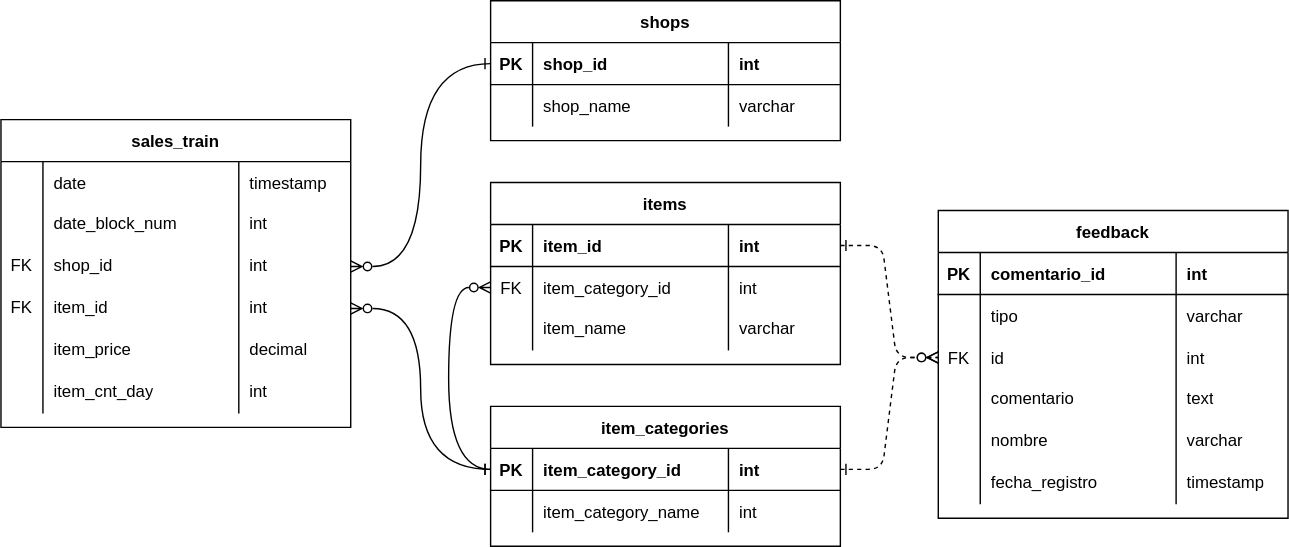
This is imgs/ERD.svg from feli-p/sales-predictions-1c, a draw.io export, as it was before one commit. Source tidied: cells renumbered, new cells last; positions are measured from the earlier drawing's top-left corner, leaving out a move shared by most shapes.
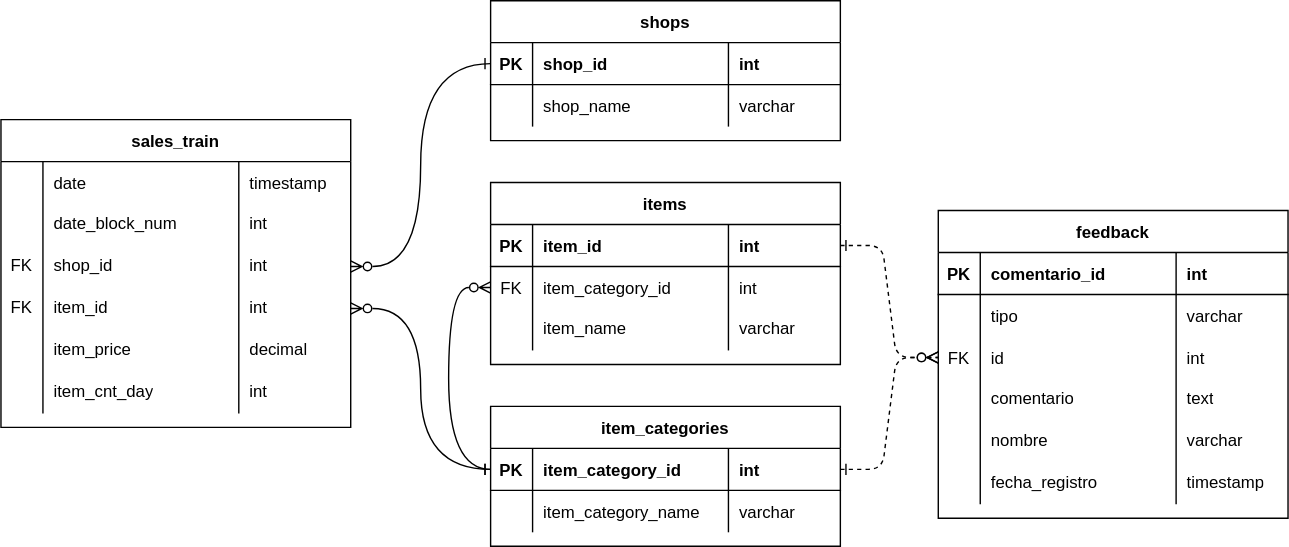
Above is the later version.

Diff of the diagram source:
```diff
@@ -143,7 +143,7 @@
     <mxCell id="48" value="item_category_name" style="shape=partialRectangle;overflow=hidden;fillColor=none;top=0;left=0;bottom=0;right=0;align=left;spacingLeft=6;" parent="46" vertex="1">
       <mxGeometry x="30" width="140" height="30" as="geometry" />
     </mxCell>
-    <mxCell id="49" value="int" style="shape=partialRectangle;overflow=hidden;fillColor=none;top=0;left=0;bottom=0;right=0;align=left;spacingLeft=6;" parent="46" vertex="1">
+    <mxCell id="49" value="varchar" style="shape=partialRectangle;overflow=hidden;fillColor=none;top=0;left=0;bottom=0;right=0;align=left;spacingLeft=6;" parent="46" vertex="1">
       <mxGeometry x="170" width="80" height="30" as="geometry" />
     </mxCell>
     <mxCell id="50" style="edgeStyle=orthogonalEdgeStyle;rounded=0;jettySize=auto;html=1;exitX=0;exitY=0.5;exitDx=0;exitDy=0;entryX=0;entryY=0.5;entryDx=0;entryDy=0;fontFamily=Helvetica;fontSize=12;fontColor=default;fontStyle=1;endArrow=ERone;endFill=0;startArrow=ERzeroToMany;startFill=0;curved=1;" parent="1" edge="1" source="33" target="42">
```
